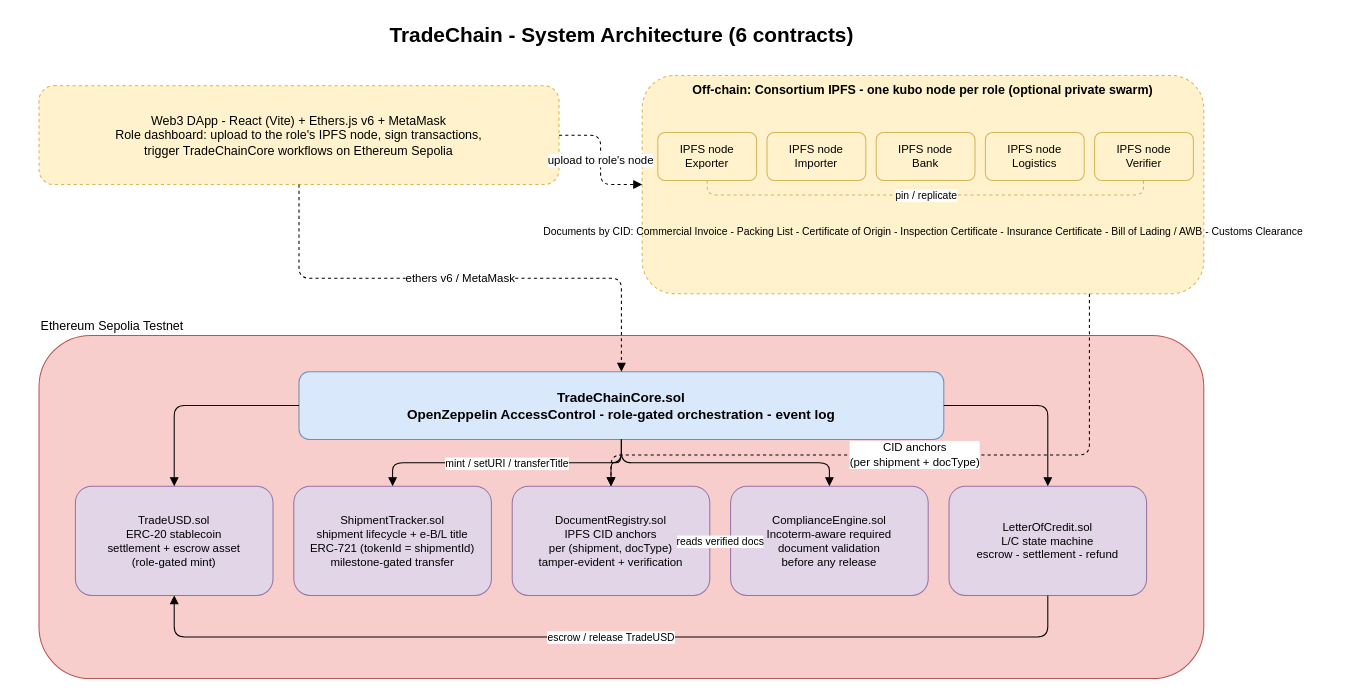
Above: docs/diagrams/TradeChain.drawio in hoi88ki/CSIT5760-Individual-Project (draw.io), before the change. Source tidied: cells renumbered, new cells numbered last; positions are measured from the earlier drawing's top-left corner, leaving out a move shared by most shapes. Both pictures are drawn from the tidied source at 104%, with x=0, y=0 at pixel (18, 18).
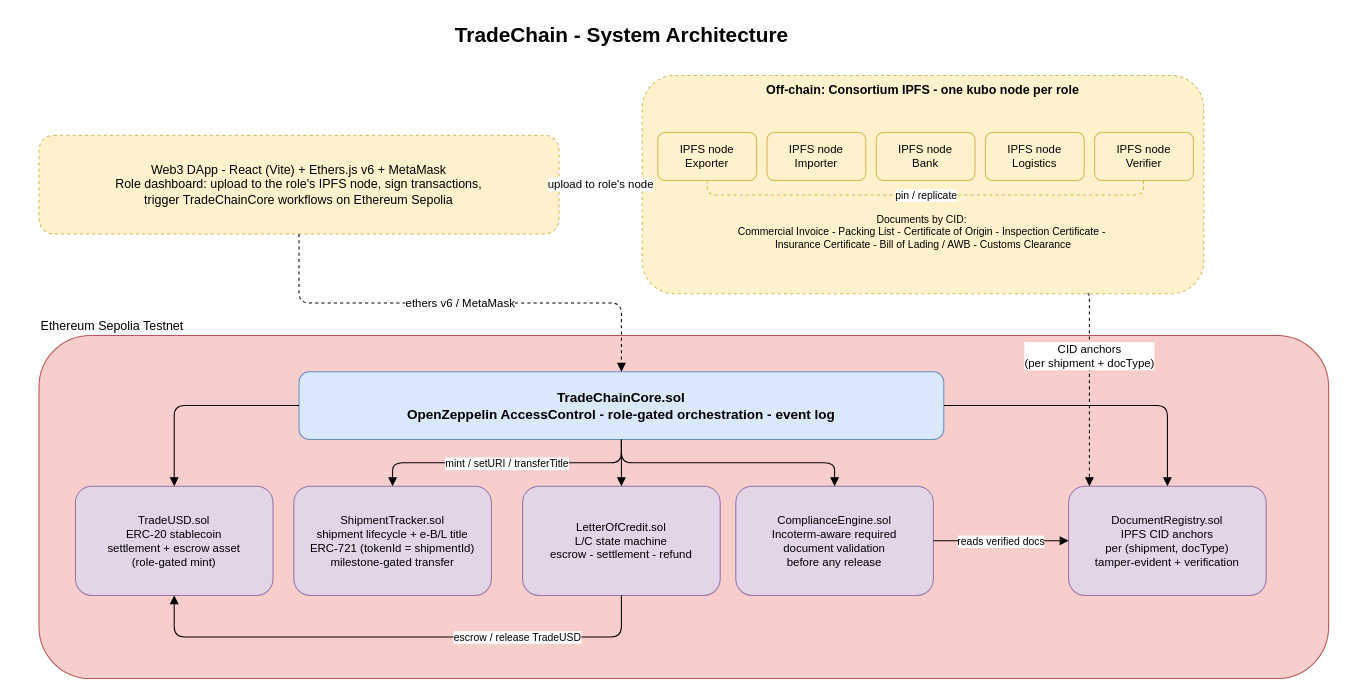
Above is the later version.

The change refers to these unchanged cells:
```xml
<mxCell id="14" value="TradeUSD.sol&#10;ERC-20 stablecoin&#10;settlement + escrow asset&#10;(role-gated mint)" style="rounded=1;whiteSpace=wrap;html=1;fillColor=#e1d5e7;strokeColor=#9673a6;fontSize=11;" parent="1" vertex="1">
  <mxGeometry x="55" y="450" width="190" height="105" as="geometry" />
</mxCell>
```

Diff of the diagram source:
```diff
@@
-    <mxCell id="2" value="TradeChain - System Architecture (6 contracts)" style="text;html=1;strokeColor=none;fillColor=none;align=center;verticalAlign=middle;fontSize=20;fontStyle=1;" parent="1" vertex="1">
+    <mxCell id="2" value="TradeChain - System Architecture" style="text;html=1;strokeColor=none;fillColor=none;align=center;verticalAlign=middle;fontSize=20;fontStyle=1;" parent="1" vertex="1">
       <mxGeometry width="1160" height="30" as="geometry" />
     </mxCell>
     <mxCell id="3" value="Web3 DApp - React (Vite) + Ethers.js v6 + MetaMask&#10;Role dashboard: upload to the role's IPFS node, sign transactions,&#10;trigger TradeChainCore workflows on Ethereum Sepolia" style="rounded=1;whiteSpace=wrap;html=1;fillColor=#fff2cc;strokeColor=#d6b656;dashed=1;" parent="1" vertex="1">
-      <mxGeometry x="20" y="65" width="500" height="95" as="geometry" />
+      <mxGeometry x="20" y="112.5" width="500" height="95" as="geometry" />
     </mxCell>
-    <mxCell id="4" value="Off-chain: Consortium IPFS - one kubo node per role (optional private swarm)" style="rounded=1;whiteSpace=wrap;html=1;fillColor=#fff2cc;strokeColor=#d6b656;dashed=1;verticalAlign=top;fontStyle=1;" parent="1" vertex="1">
+    <mxCell id="4" value="Off-chain: Consortium IPFS - one kubo node per role" style="rounded=1;whiteSpace=wrap;html=1;fillColor=#fff2cc;strokeColor=#d6b656;dashed=1;verticalAlign=top;fontStyle=1;" parent="1" vertex="1">
       <mxGeometry x="600" y="55" width="540" height="210" as="geometry" />
     </mxCell>
@@
-    <mxCell id="10" value="Documents by CID: Commercial Invoice - Packing List - Certificate of Origin - Inspection Certificate - Insurance Certificate - Bill of Lading / AWB - Customs Clearance" style="text;html=1;strokeColor=none;fillColor=none;align=center;verticalAlign=middle;fontSize=10;" parent="1" vertex="1">
+    <mxCell id="10" value="Documents by CID:&amp;nbsp;&lt;div&gt;Commercial Invoice - Packing List -&lt;span style=&quot;background-color: transparent; color: light-dark(#000000, var(--ge-light-color, #ffffff));&quot;&gt;&amp;nbsp;Certificate of Origin - Inspection Certificate -&amp;nbsp;&lt;/span&gt;&lt;div&gt;Insurance Certificate - Bill of Lading / AWB - Customs Clearance&lt;/div&gt;&lt;/div&gt;" style="text;html=1;strokeColor=none;fillColor=none;align=center;verticalAlign=middle;fontSize=10;" parent="1" vertex="1">
       <mxGeometry x="615" y="175" width="510" height="60" as="geometry" />
     </mxCell>
@@
     <mxCell id="12" value="Ethereum Sepolia Testnet" style="rounded=1;whiteSpace=wrap;html=1;fillColor=#f8cecc;strokeColor=#b85450;align=left;verticalAlign=bottom;labelPosition=center;verticalLabelPosition=top;labelPerimeter=1;" parent="1" vertex="1">
-      <mxGeometry x="20" y="305" width="1120" height="330" as="geometry" />
+      <mxGeometry x="20" y="305" width="1240" height="330" as="geometry" />
     </mxCell>
@@
     <mxCell id="16" value="DocumentRegistry.sol&#10;IPFS CID anchors&#10;per (shipment, docType)&#10;tamper-evident + verification" style="rounded=1;whiteSpace=wrap;html=1;fillColor=#e1d5e7;strokeColor=#9673a6;fontSize=11;" parent="1" vertex="1">
-      <mxGeometry x="475" y="450" width="190" height="105" as="geometry" />
+      <mxGeometry x="1010" y="450" width="190" height="105" as="geometry" />
     </mxCell>
     <mxCell id="17" value="ComplianceEngine.sol&#10;Incoterm-aware required&#10;document validation&#10;before any release" style="rounded=1;whiteSpace=wrap;html=1;fillColor=#e1d5e7;strokeColor=#9673a6;fontSize=11;" parent="1" vertex="1">
-      <mxGeometry x="685" y="450" width="190" height="105" as="geometry" />
+      <mxGeometry x="690" y="450" width="190" height="105" as="geometry" />
     </mxCell>
     <mxCell id="18" value="LetterOfCredit.sol&#10;L/C state machine&#10;escrow - settlement - refund" style="rounded=1;whiteSpace=wrap;html=1;fillColor=#e1d5e7;strokeColor=#9673a6;fontSize=11;" parent="1" vertex="1">
-      <mxGeometry x="895" y="450" width="190" height="105" as="geometry" />
+      <mxGeometry x="485" y="450" width="190" height="105" as="geometry" />
     </mxCell>
@@
-    <mxCell id="21" value="CID anchors&#10;(per shipment + docType)" style="edgeStyle=orthogonalEdgeStyle;rounded=1;html=1;endArrow=block;endFill=1;dashed=1;" parent="1" edge="1" source="4" target="16">
-      <mxGeometry relative="1" as="geometry">
+    <mxCell id="21" value="CID anchors&#10;(per shipment + docType)" style="edgeStyle=orthogonalEdgeStyle;rounded=1;html=1;endArrow=block;endFill=1;dashed=1;exitX=0.793;exitY=1;exitDx=0;exitDy=0;exitPerimeter=0;" parent="1" edge="1" source="4" target="16">
+      <mxGeometry x="-0.34" relative="1" as="geometry">
         <Array as="points">
-          <mxPoint x="1030" y="285" />
-          <mxPoint x="1030" y="420" />
-          <mxPoint x="570" y="420" />
+          <mxPoint x="1030" y="265" />
         </Array>
       </mxGeometry>
     </mxCell>
@@
-    <mxCell id="28" value="escrow / release TradeUSD" style="edgeStyle=orthogonalEdgeStyle;rounded=1;html=1;endArrow=block;endFill=1;fontSize=10;" parent="1" edge="1" source="18" target="14">
-      <mxGeometry relative="1" as="geometry">
+    <mxCell id="28" value="escrow / release TradeUSD" style="edgeStyle=orthogonalEdgeStyle;rounded=1;html=1;endArrow=block;endFill=1;fontSize=10;exitX=0.5;exitY=1;exitDx=0;exitDy=0;" parent="1" edge="1" source="18" target="14">
+      <mxGeometry x="-0.45" relative="1" as="geometry">
         <Array as="points">
-          <mxPoint x="990" y="595" />
+          <mxPoint x="580" y="595" />
           <mxPoint x="150" y="595" />
         </Array>
       </mxGeometry>
     </mxCell>
```
